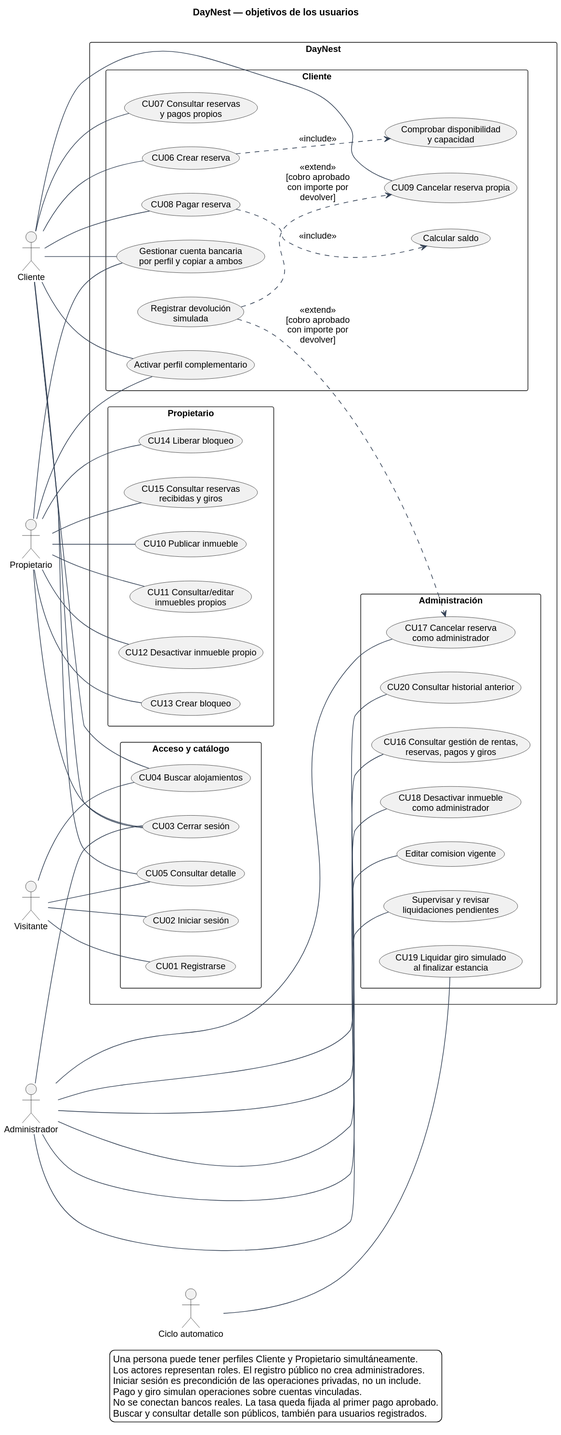
Above: docs/diagramas/02_casos_uso.svg in Davidjp11p07/DayNest (PlantUML), before the change.
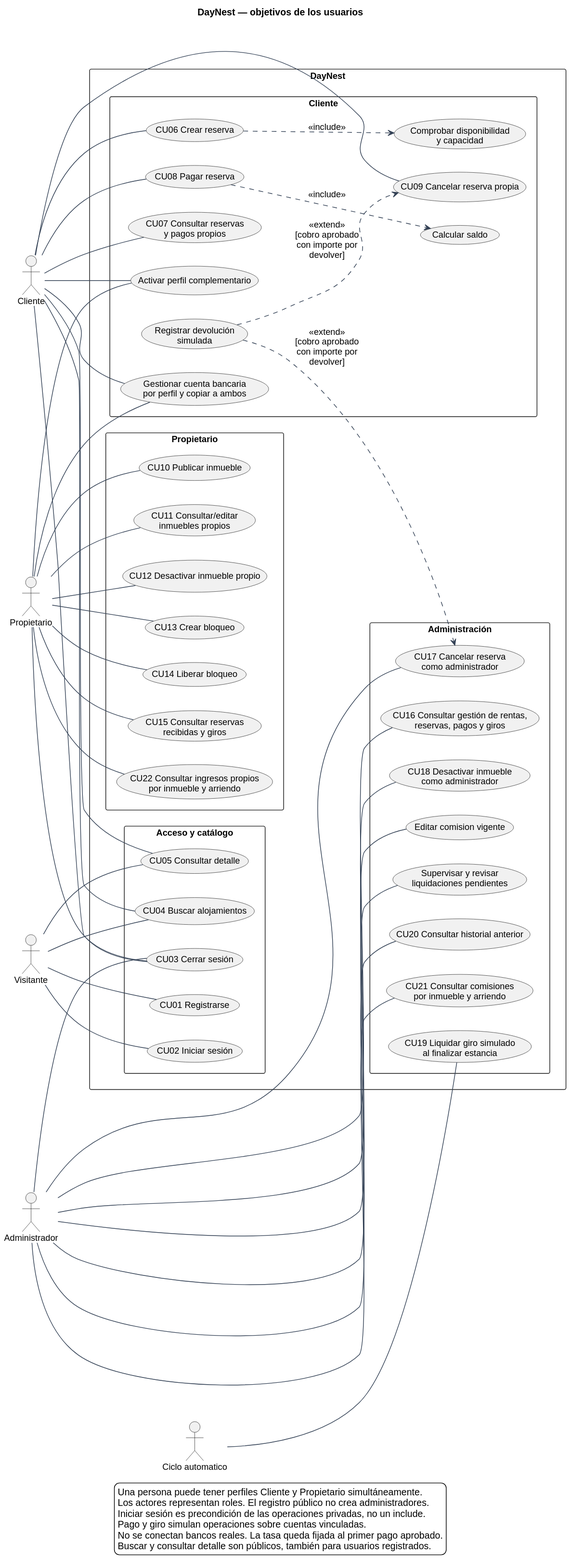
Above is the later version.

What changed in the source:
```diff
@@ -1,5 +1,4 @@
 @startuml
-skinparamlocked metana null
 !undef USAR_SMETANA
 !include estilo.iuml
 title DayNest — objetivos de los usuarios
@@ -35,6 +34,7 @@
     usecase "CU13 Crear bloqueo" as bloquear
     usecase "CU14 Liberar bloqueo" as liberar
     usecase "CU15 Consultar reservas\nrecibidas y giros" as recibidas
+    usecase "CU22 Consultar ingresos propios\npor inmueble y arriendo" as ingresosPropietario
   }
   package "Administración" {
     usecase "CU16 Consultar gestión de rentas,\nreservas, pagos y giros" as gestionar
@@ -44,6 +44,7 @@
     usecase "Editar comision vigente" as comision
     usecase "Supervisar y revisar\nliquidaciones pendientes" as supervision
     usecase "CU20 Consultar historial anterior" as historial
+    usecase "CU21 Consultar comisiones\npor inmueble y arriendo" as ingresosAdmin
   }
 }
 v -- registro
@@ -76,6 +77,8 @@
 a -- comision
 a -- supervision
 a -- historial
+a -- ingresosAdmin
+p -- ingresosPropietario
 reservar ..> comprobar : <<include>>
 pagar ..> saldo : <<include>>
 devolver ..> cancelar : <<extend>>\n[cobro aprobado con importe por devolver]
```
